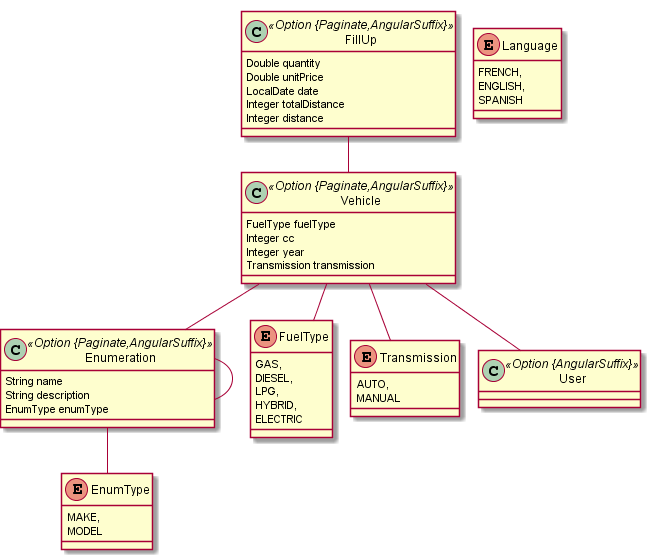
Before: jhipster-jdl.png, a diagram exported from PlantUML (hazerbaker/yakitanaliz).
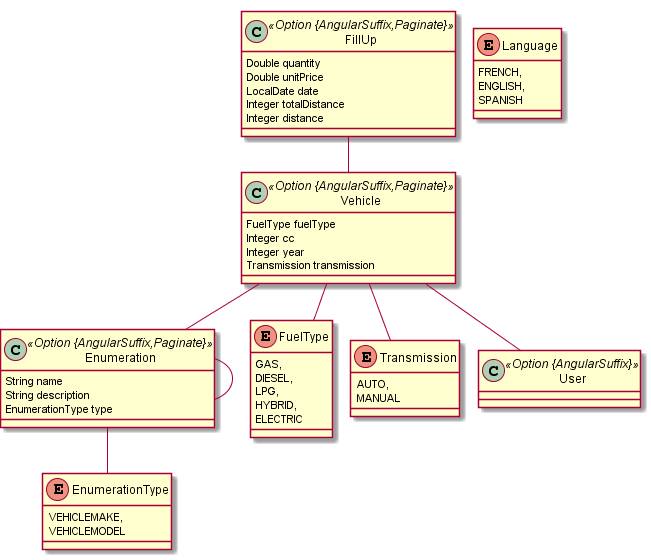
The same file after the commit.

The edit, as a diff of the source:
```diff
@@ -1,13 +1,13 @@
 @startuml
 	!pragma graphviz_dot jdot
 	!pragma syntax class
-	class Enumeration <<Option {Paginate,AngularSuffix}>> {
+	class Enumeration <<Option {AngularSuffix,Paginate}>> {
 		String name
 		String description
-		EnumType enumType
+		EnumerationType type
 	}
-	Enumeration ..> EnumType
-	class Vehicle <<Option {Paginate,AngularSuffix}>> {
+	Enumeration ..> EnumerationType
+	class Vehicle <<Option {AngularSuffix,Paginate}>> {
 		FuelType fuelType
 		Integer cc
 		Integer year
@@ -15,7 +15,7 @@
 	}
 	Vehicle ..> FuelType
 	Vehicle ..> Transmission
-	class FillUp <<Option {Paginate,AngularSuffix}>> {
+	class FillUp <<Option {AngularSuffix,Paginate}>> {
 		Double quantity
 		Double unitPrice
 		LocalDate date
@@ -34,9 +34,9 @@
 		HYBRID,
 		ELECTRIC
 	}
-	enum EnumType {
-		MAKE,
-		MODEL
+	enum EnumerationType {
+		VEHICLEMAKE,
+		VEHICLEMODEL
 	}
 	enum Transmission {
 		AUTO,
```
